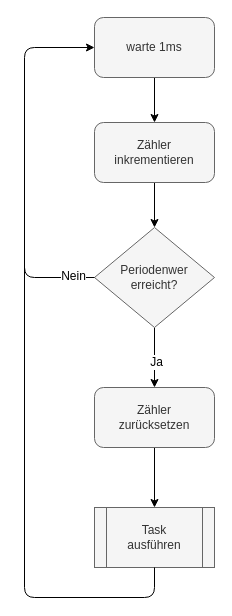
The draw.io diagram docu/images/et/et_task_scheudler.drawio in Inux/pren, before the edit. Source tidied: cells renumbered, new cells numbered last; positions are measured from the earlier drawing's top-left corner, leaving out a move shared by most shapes. Both pictures are drawn from the tidied source at 100%, with x=0, y=0 at pixel (24, 17).
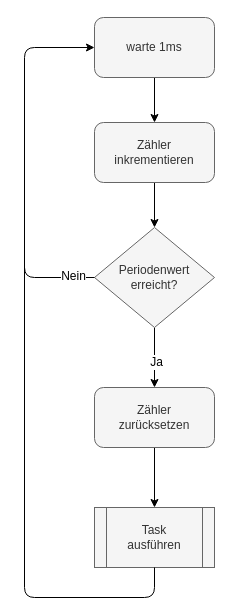
The same page after the edit.

The edit, as a diff of the source:
```diff
@@
 <mxGraphModel>
   <root>
     <mxCell id="0" />
     <mxCell id="1" parent="0" />
     <mxCell id="2" style="edgeStyle=orthogonalEdgeStyle;rounded=0;jettySize=auto;html=1;" parent="1" edge="1" source="3" target="5">
       <mxGeometry relative="1" as="geometry" />
     </mxCell>
     <mxCell id="3" value="warte 1ms" style="rounded=1;whiteSpace=wrap;html=1;fillColor=#f5f5f5;strokeColor=#666666;fontColor=#333333;" parent="1" vertex="1">
       <mxGeometry x="70" width="120" height="60" as="geometry" />
     </mxCell>
     <mxCell id="4" style="edgeStyle=orthogonalEdgeStyle;rounded=0;jettySize=auto;html=1;" parent="1" edge="1" source="5" target="8">
       <mxGeometry relative="1" as="geometry" />
     </mxCell>
     <mxCell id="5" value="Zähler &lt;br&gt;inkrementieren" style="rounded=1;whiteSpace=wrap;html=1;fillColor=#f5f5f5;strokeColor=#666666;fontColor=#333333;" parent="1" vertex="1">
       <mxGeometry x="70" y="105" width="120" height="60" as="geometry" />
     </mxCell>
     <mxCell id="6" style="edgeStyle=orthogonalEdgeStyle;rounded=0;jettySize=auto;html=1;" parent="1" edge="1" source="8" target="10">
       <mxGeometry relative="1" as="geometry" />
     </mxCell>
     <mxCell id="7" value="Ja" style="text;html=1;align=center;verticalAlign=middle;labelBackgroundColor=#ffffff;" parent="6" vertex="1">
       <mxGeometry x="0.13" y="1" relative="1" as="geometry" />
     </mxCell>
-    <mxCell id="8" value="Periodenwer&lt;br&gt;erreicht?&lt;br&gt;" style="rhombus;whiteSpace=wrap;html=1;fillColor=#f5f5f5;strokeColor=#666666;fontColor=#333333;" parent="1" vertex="1">
+    <mxCell id="8" value="Periodenwert&lt;br&gt;erreicht?&lt;br&gt;" style="rhombus;whiteSpace=wrap;html=1;fillColor=#f5f5f5;strokeColor=#666666;fontColor=#333333;" parent="1" vertex="1">
       <mxGeometry x="70" y="210" width="120" height="100" as="geometry" />
     </mxCell>
     <mxCell id="9" style="edgeStyle=orthogonalEdgeStyle;rounded=0;jettySize=auto;html=1;" parent="1" edge="1" source="10" target="11">
       <mxGeometry relative="1" as="geometry" />
     </mxCell>
     <mxCell id="10" value="Zähler &lt;br&gt;zurücksetzen" style="rounded=1;whiteSpace=wrap;html=1;fillColor=#f5f5f5;strokeColor=#666666;fontColor=#333333;" parent="1" vertex="1">
       <mxGeometry x="70" y="370" width="120" height="60" as="geometry" />
     </mxCell>
     <mxCell id="11" value="Task&lt;br&gt;ausführen&lt;br&gt;" style="shape=process;whiteSpace=wrap;html=1;backgroundOutline=1;fillColor=#f5f5f5;strokeColor=#666666;fontColor=#333333;" parent="1" vertex="1">
       <mxGeometry x="70" y="490" width="120" height="60" as="geometry" />
     </mxCell>
     <mxCell id="12" style="endArrow=classic;html=1;exitX=0;exitY=0.5;exitDx=0;exitDy=0;entryX=0;entryY=0.5;entryDx=0;entryDy=0;edgeStyle=orthogonalEdgeStyle;" parent="1" edge="1" source="8" target="3">
       <mxGeometry relative="1" as="geometry">
         <Array as="points">
           <mxPoint y="260" />
           <mxPoint y="30" />
         </Array>
       </mxGeometry>
     </mxCell>
     <mxCell id="13" value="Nein&lt;br&gt;" style="text;html=1;align=center;verticalAlign=middle;labelBackgroundColor=#ffffff;" parent="12" vertex="1">
       <mxGeometry x="-0.88" y="-2" relative="1" as="geometry" />
     </mxCell>
     <mxCell id="14" style="endArrow=none;html=1;entryX=0.5;entryY=1;entryDx=0;entryDy=0;edgeStyle=orthogonalEdgeStyle;" parent="1" edge="1" target="11">
       <mxGeometry relative="1" as="geometry">
         <mxPoint y="240" as="sourcePoint" />
         <Array as="points">
           <mxPoint y="580" />
           <mxPoint x="130" y="580" />
         </Array>
       </mxGeometry>
     </mxCell>
   </root>
 </mxGraphModel>
```
